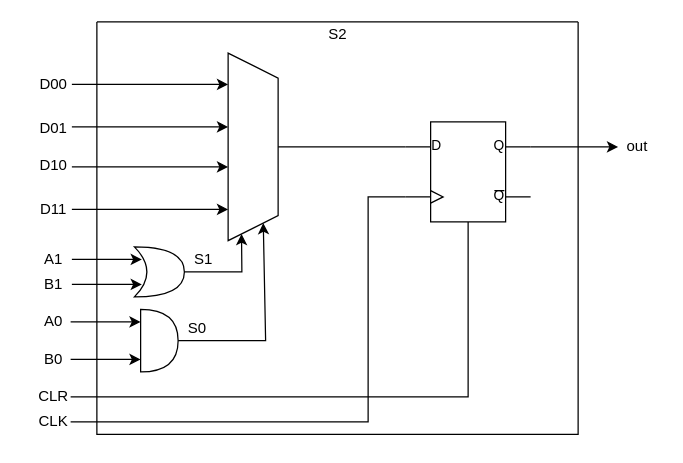
Before: Computer-Aided-Designs-CA3/Diagrams/S2.drawio in MiladMazaheri83/UT-CAD-ECE536-Portfolio, a draw.io diagram. Source tidied: cells renumbered, new cells numbered last; positions are measured from the earlier drawing's top-left corner, leaving out a move shared by most shapes. Both pictures are drawn from the tidied source at 125%, with x=0, y=0 at pixel (21, 21).
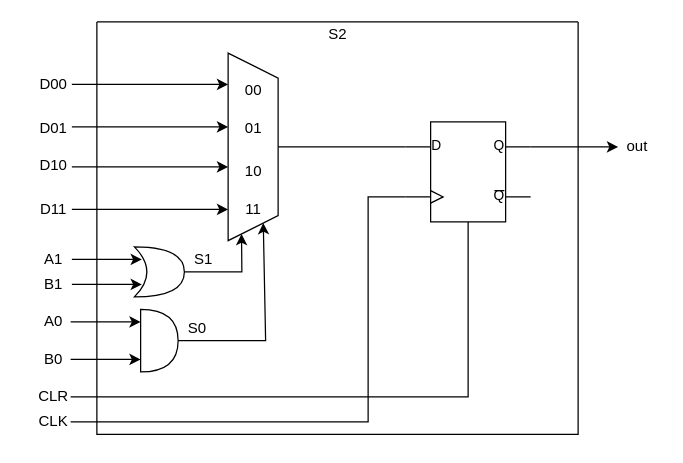
After the change.

Unchanged cells that the change refers to:
```xml
<mxCell id="2" style="swimlane;startSize=0;" parent="1" vertex="1">
  <mxGeometry x="60" width="385" height="330" as="geometry" />
</mxCell>
```

What changed in the source:
```diff
@@
+    <mxCell id="35" value="00" style="text;html=1;align=center;verticalAlign=middle;strokeColor=none;fillColor=none;" parent="2" vertex="1">
+      <mxGeometry x="105" y="40" width="40" height="30" as="geometry" />
+    </mxCell>
+    <mxCell id="36" value="01" style="text;html=1;align=center;verticalAlign=middle;strokeColor=none;fillColor=none;" parent="2" vertex="1">
+      <mxGeometry x="105" y="70" width="40" height="30" as="geometry" />
+    </mxCell>
+    <mxCell id="37" value="10" style="text;html=1;align=center;verticalAlign=middle;strokeColor=none;fillColor=none;" parent="2" vertex="1">
+      <mxGeometry x="105" y="105" width="40" height="30" as="geometry" />
+    </mxCell>
+    <mxCell id="38" value="11" style="text;html=1;align=center;verticalAlign=middle;strokeColor=none;fillColor=none;" parent="2" vertex="1">
+      <mxGeometry x="105" y="135" width="40" height="30" as="geometry" />
+    </mxCell>
```
